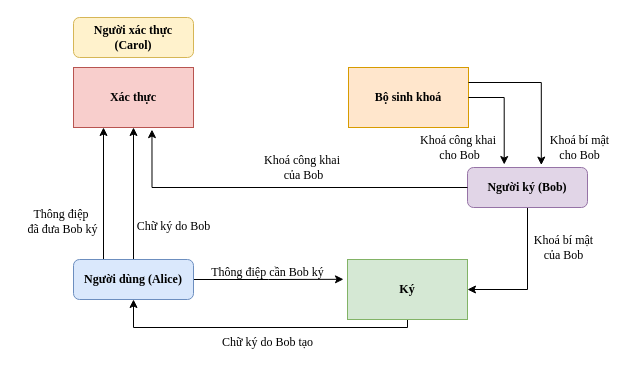
Before: DS.drawio in huyle84/diagrams, a draw.io diagram. Source tidied: cells renumbered, new cells numbered last; positions are measured from the earlier drawing's top-left corner, leaving out a move shared by most shapes. Both pictures are drawn from the tidied source at 100%, with x=0, y=0 at pixel (17, 17).
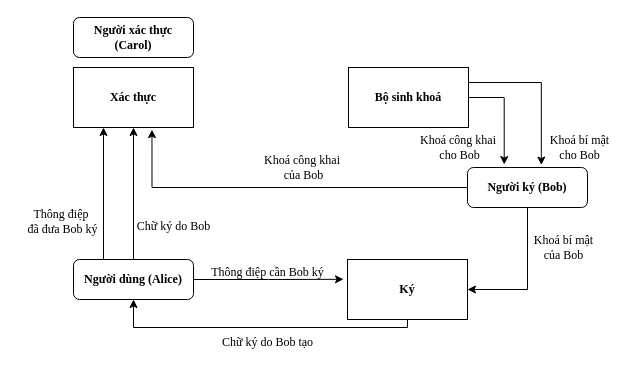
The same page after the edit.

Diff of the diagram source:
```diff
@@
-    <mxCell id="2" value="&lt;font face=&quot;Times New Roman&quot;&gt;&lt;b&gt;Xác thực&lt;/b&gt;&lt;/font&gt;" style="rounded=0;whiteSpace=wrap;html=1;fillColor=#f8cecc;strokeColor=#b85450;" parent="1" vertex="1">
+    <mxCell id="2" value="&lt;font face=&quot;Times New Roman&quot;&gt;&lt;b&gt;Xác thực&lt;/b&gt;&lt;/font&gt;" style="rounded=0;whiteSpace=wrap;html=1;" parent="1" vertex="1">
       <mxGeometry x="56" y="50" width="120" height="60" as="geometry" />
     </mxCell>
@@
-    <mxCell id="4" value="&lt;font face=&quot;Times New Roman&quot;&gt;&lt;b&gt;Ký&lt;/b&gt;&lt;/font&gt;" style="rounded=0;whiteSpace=wrap;html=1;fillColor=#d5e8d4;strokeColor=#82b366;" parent="1" vertex="1">
+    <mxCell id="4" value="&lt;font face=&quot;Times New Roman&quot;&gt;&lt;b&gt;Ký&lt;/b&gt;&lt;/font&gt;" style="rounded=0;whiteSpace=wrap;html=1;" parent="1" vertex="1">
       <mxGeometry x="330" y="242" width="120" height="60" as="geometry" />
     </mxCell>
-    <mxCell id="5" value="&lt;font face=&quot;Times New Roman&quot;&gt;Bộ sinh khoá&lt;/font&gt;" style="rounded=0;whiteSpace=wrap;html=1;fillColor=#ffe6cc;strokeColor=#d79b00;fontStyle=1;" parent="1" vertex="1">
+    <mxCell id="5" value="&lt;font face=&quot;Times New Roman&quot;&gt;Bộ sinh khoá&lt;/font&gt;" style="rounded=0;whiteSpace=wrap;html=1;fontStyle=1;" parent="1" vertex="1">
       <mxGeometry x="331" y="50" width="120" height="60" as="geometry" />
     </mxCell>
@@
-    <mxCell id="11" value="&lt;font face=&quot;Times New Roman&quot;&gt;Người dùng (Alice)&lt;/font&gt;" style="rounded=1;whiteSpace=wrap;html=1;fontStyle=1;fillColor=#dae8fc;strokeColor=#6c8ebf;" parent="1" vertex="1">
+    <mxCell id="11" value="&lt;font face=&quot;Times New Roman&quot;&gt;Người dùng (Alice)&lt;/font&gt;" style="rounded=1;whiteSpace=wrap;html=1;fontStyle=1;" parent="1" vertex="1">
       <mxGeometry x="56" y="242" width="120" height="40" as="geometry" />
     </mxCell>
@@
-    <mxCell id="13" value="&lt;font face=&quot;Times New Roman&quot;&gt;Người ký (Bob)&lt;/font&gt;" style="rounded=1;whiteSpace=wrap;html=1;fontStyle=1;fillColor=#e1d5e7;strokeColor=#9673a6;" parent="1" vertex="1">
+    <mxCell id="13" value="&lt;font face=&quot;Times New Roman&quot;&gt;Người ký (Bob)&lt;/font&gt;" style="rounded=1;whiteSpace=wrap;html=1;fontStyle=1;" parent="1" vertex="1">
       <mxGeometry x="450" y="150" width="120" height="40" as="geometry" />
     </mxCell>
@@
-    <mxCell id="19" value="&lt;font face=&quot;Times New Roman&quot;&gt;Người xác thực (Carol)&lt;/font&gt;" style="rounded=1;whiteSpace=wrap;html=1;fontStyle=1;fillColor=#fff2cc;strokeColor=#d6b656;" parent="1" vertex="1">
+    <mxCell id="19" value="&lt;font face=&quot;Times New Roman&quot;&gt;Người xác thực (Carol)&lt;/font&gt;" style="rounded=1;whiteSpace=wrap;html=1;fontStyle=1;" parent="1" vertex="1">
       <mxGeometry x="56" width="120" height="40" as="geometry" />
     </mxCell>
```
